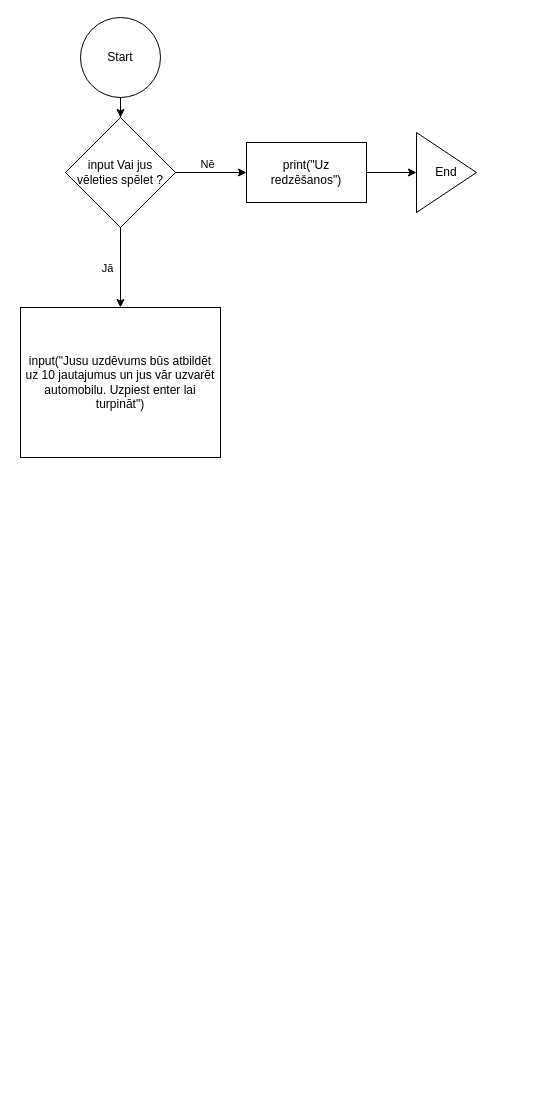
The draw.io diagram Speles diagrama.drawio in hgksd/Stunda-07.10-Sp-le, before the edit. Source tidied: cells renumbered, new cells numbered last; positions are measured from the earlier drawing's top-left corner, leaving out a move shared by most shapes. Both pictures are drawn from the tidied source at 100%, with x=0, y=0 at pixel (20, 17).
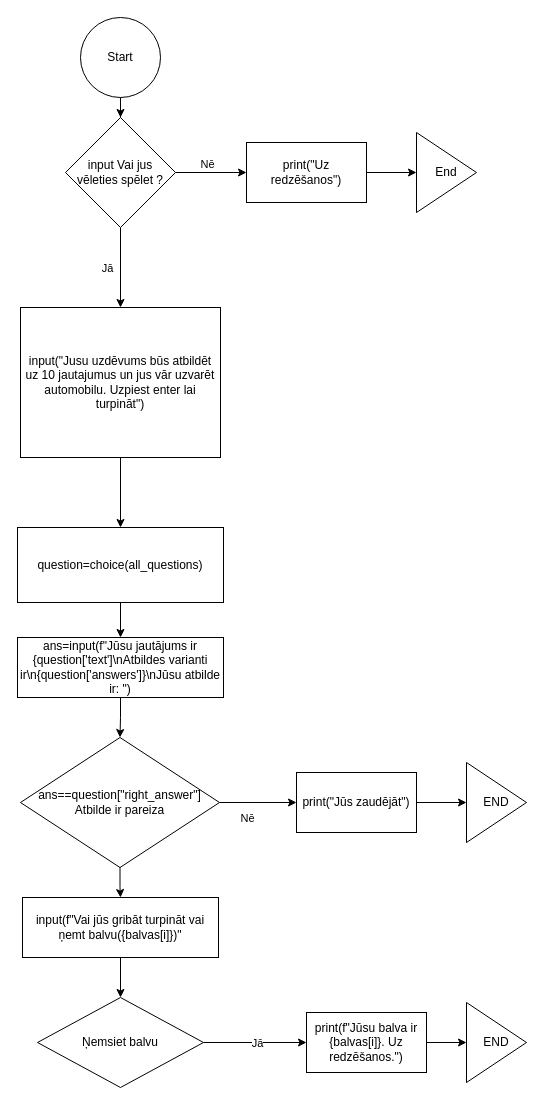
The same page after the edit.

Unchanged cells that the change refers to:
```xml
<mxCell id="11" value="input(&quot;Jusu uzdēvums būs atbildēt uz 10 jautajumus un jus vār uzvarēt automobilu. Uzpiest enter lai turpināt&quot;)" style="whiteSpace=wrap;html=1;" parent="1" vertex="1">
  <mxGeometry y="290" width="200" height="150" as="geometry" />
</mxCell>
```

Diff of the diagram source:
```diff
@@
+    <mxCell id="13" style="edgeStyle=orthogonalEdgeStyle;rounded=0;jettySize=auto;html=1;" parent="1" edge="1" source="11" target="15">
+      <mxGeometry relative="1" as="geometry" />
+    </mxCell>
@@
+    <mxCell id="14" style="edgeStyle=orthogonalEdgeStyle;rounded=0;jettySize=auto;html=1;" parent="1" edge="1" source="15" target="17">
+      <mxGeometry relative="1" as="geometry" />
+    </mxCell>
+    <mxCell id="15" value="question=choice(all_questions)" style="rounded=0;whiteSpace=wrap;html=1;" parent="1" vertex="1">
+      <mxGeometry x="-3" y="510" width="206" height="75" as="geometry" />
+    </mxCell>
+    <mxCell id="16" style="edgeStyle=orthogonalEdgeStyle;rounded=0;jettySize=auto;html=1;" parent="1" edge="1" source="17" target="21">
+      <mxGeometry relative="1" as="geometry" />
+    </mxCell>
+    <mxCell id="17" value="ans=input(f&quot;Jūsu jautājums ir {question['text']\nAtbildes varianti ir\n{question['answers']}\nJūsu atbilde ir: &quot;)" style="rounded=0;whiteSpace=wrap;html=1;" parent="1" vertex="1">
+      <mxGeometry x="-3" y="620" width="206" height="60" as="geometry" />
+    </mxCell>
+    <mxCell id="18" style="edgeStyle=orthogonalEdgeStyle;rounded=0;jettySize=auto;html=1;" parent="1" edge="1" source="21" target="23">
+      <mxGeometry relative="1" as="geometry" />
+    </mxCell>
+    <mxCell id="19" value="Nē" style="edgeLabel;html=1;align=center;verticalAlign=middle;" parent="18" vertex="1">
+      <mxGeometry x="-0.17" y="-1" relative="1" as="geometry">
+        <mxPoint x="-5" y="14" as="offset" />
+      </mxGeometry>
+    </mxCell>
+    <mxCell id="20" style="edgeStyle=orthogonalEdgeStyle;rounded=0;jettySize=auto;html=1;entryX=0.5;entryY=0;entryDx=0;entryDy=0;" parent="1" edge="1" source="21" target="26">
+      <mxGeometry relative="1" as="geometry" />
+    </mxCell>
+    <mxCell id="21" value="&lt;div&gt;ans==question[&quot;right_answer&quot;]&lt;/div&gt;Atbilde ir pareiza" style="rhombus;whiteSpace=wrap;html=1;" parent="1" vertex="1">
+      <mxGeometry y="720" width="199" height="130" as="geometry" />
+    </mxCell>
+    <mxCell id="22" style="edgeStyle=orthogonalEdgeStyle;rounded=0;jettySize=auto;html=1;entryX=0;entryY=0.5;entryDx=0;entryDy=0;" parent="1" edge="1" source="23" target="24">
+      <mxGeometry relative="1" as="geometry" />
+    </mxCell>
+    <mxCell id="23" value="print(&quot;Jūs zaudējāt&quot;)" style="rounded=0;whiteSpace=wrap;html=1;" parent="1" vertex="1">
+      <mxGeometry x="276" y="755" width="120" height="60" as="geometry" />
+    </mxCell>
+    <mxCell id="24" value="END" style="triangle;whiteSpace=wrap;html=1;" parent="1" vertex="1">
+      <mxGeometry x="446" y="745" width="60" height="80" as="geometry" />
+    </mxCell>
+    <mxCell id="25" style="edgeStyle=orthogonalEdgeStyle;rounded=0;jettySize=auto;html=1;entryX=0.5;entryY=0;entryDx=0;entryDy=0;" parent="1" edge="1" source="26" target="29">
+      <mxGeometry relative="1" as="geometry" />
+    </mxCell>
+    <mxCell id="26" value="input(f&quot;Vai jūs gribāt turpināt vai ņemt balvu({balvas[i]})&quot;" style="rounded=0;whiteSpace=wrap;html=1;" parent="1" vertex="1">
+      <mxGeometry x="2" y="880" width="196" height="60" as="geometry" />
+    </mxCell>
+    <mxCell id="27" style="edgeStyle=orthogonalEdgeStyle;rounded=0;jettySize=auto;html=1;exitX=1;exitY=0.5;exitDx=0;exitDy=0;entryX=0;entryY=0.5;entryDx=0;entryDy=0;" parent="1" edge="1" source="29" target="31">
+      <mxGeometry relative="1" as="geometry" />
+    </mxCell>
+    <mxCell id="28" value="Jā" style="edgeLabel;html=1;align=center;verticalAlign=middle;" parent="27" vertex="1">
+      <mxGeometry x="0.03" relative="1" as="geometry" />
+    </mxCell>
+    <mxCell id="29" value="Ņemsiet balvu" style="rhombus;whiteSpace=wrap;html=1;" parent="1" vertex="1">
+      <mxGeometry x="17" y="980" width="166" height="90" as="geometry" />
+    </mxCell>
+    <mxCell id="30" style="edgeStyle=orthogonalEdgeStyle;rounded=0;jettySize=auto;html=1;entryX=0;entryY=0.5;entryDx=0;entryDy=0;" parent="1" edge="1" source="31" target="32">
+      <mxGeometry relative="1" as="geometry" />
+    </mxCell>
+    <mxCell id="31" value="print(f&quot;Jūsu balva ir {balvas[i]}. Uz redzēšanos.&quot;)" style="rounded=0;whiteSpace=wrap;html=1;" parent="1" vertex="1">
+      <mxGeometry x="286" y="995" width="120" height="60" as="geometry" />
+    </mxCell>
+    <mxCell id="32" value="END" style="triangle;whiteSpace=wrap;html=1;" parent="1" vertex="1">
+      <mxGeometry x="446" y="985" width="60" height="80" as="geometry" />
+    </mxCell>
```
